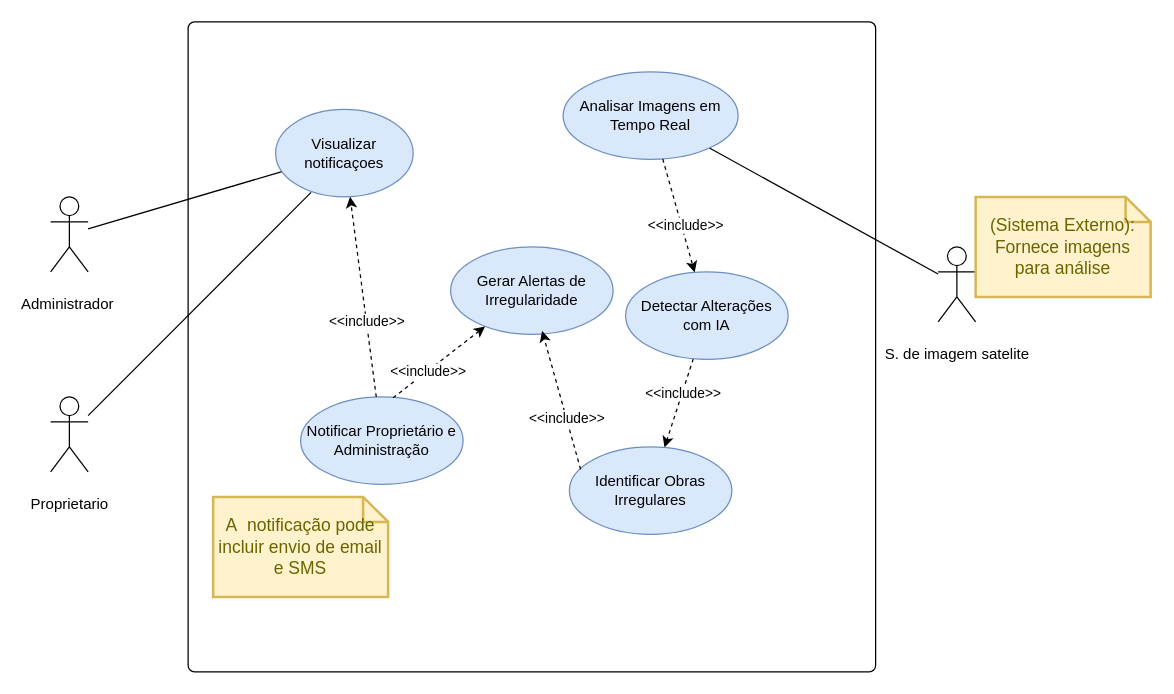
This is page "use-case-analisy-and-alerts" (2 of 3) of use-case-diagram.drawio from PatentTerrenos/diagrams, a draw.io file, before an edit. Source tidied: cells renumbered, new cells numbered last; positions are measured from the earlier drawing's top-left corner, leaving out a move shared by most shapes. Both pictures are drawn from the tidied source at 125%, with x=0, y=0 at pixel (50, 21).
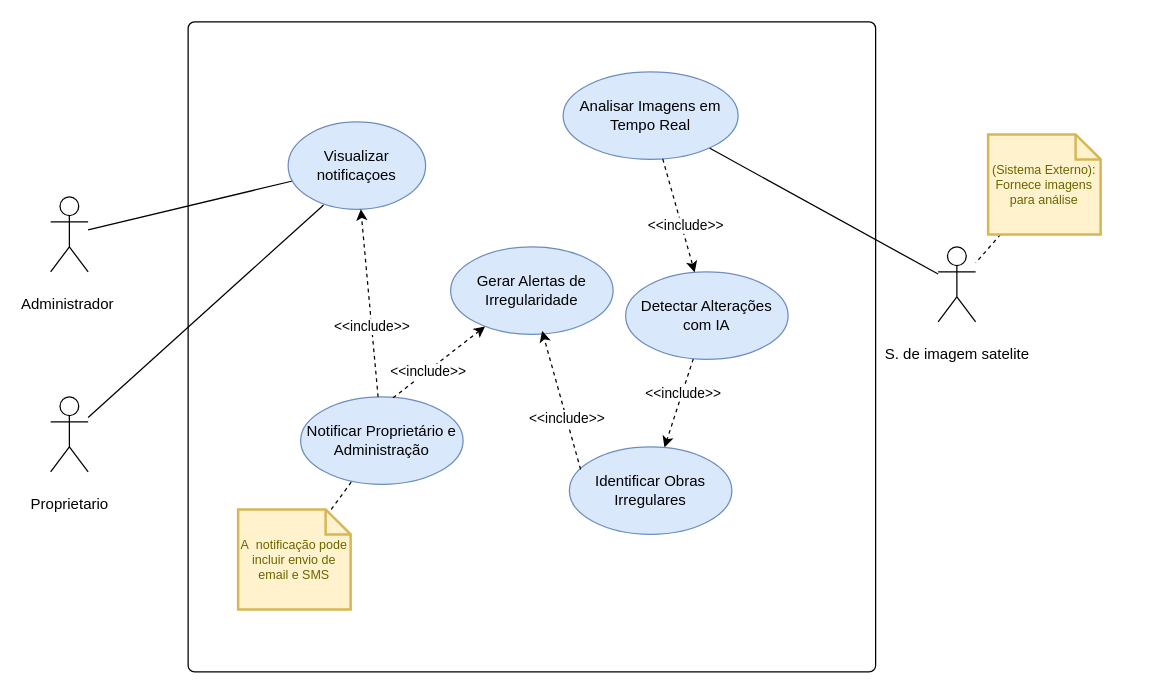
The same diagram, later.

The change refers to these unchanged cells:
```xml
<mxCell id="6" value="&lt;p data-pm-slice=&quot;1 1 [&amp;quot;bulletList&amp;quot;,{&amp;quot;tight&amp;quot;:true,&amp;quot;dir&amp;quot;:&amp;quot;ltr&amp;quot;},&amp;quot;listItem&amp;quot;,{},&amp;quot;bulletList&amp;quot;,{&amp;quot;tight&amp;quot;:true,&amp;quot;dir&amp;quot;:&amp;quot;ltr&amp;quot;},&amp;quot;listItem&amp;quot;,{}]&quot; dir=&quot;ltr&quot;&gt;S. de imagem satelite&lt;/p&gt;" style="shape=umlActor;verticalLabelPosition=bottom;verticalAlign=top;html=1;outlineConnect=0;" parent="1" vertex="1">
  <mxGeometry x="710" y="180" width="30" height="60" as="geometry" />
</mxCell>
<mxCell id="14" value="&lt;p dir=&quot;ltr&quot;&gt;Notificar Proprietário&amp;nbsp;&lt;span style=&quot;background-color: transparent; color: light-dark(rgb(0, 0, 0), rgb(255, 255, 255));&quot;&gt;e Administração&lt;/span&gt;&lt;/p&gt;" style="ellipse;whiteSpace=wrap;html=1;fillColor=#dae8fc;strokeColor=#6c8ebf;" parent="1" vertex="1">
  <mxGeometry x="200" y="300" width="130" height="70" as="geometry" />
</mxCell>
```

What changed in the source:
```diff
@@
+    <mxCell id="27" style="rounded=0;jettySize=auto;html=1;endArrow=none;startFill=0;dashed=1;" parent="1" edge="1" source="17" target="6">
+      <mxGeometry relative="1" as="geometry" />
+    </mxCell>
-    <mxCell id="17" value="&lt;p data-pm-slice=&quot;1 1 [&amp;quot;bulletList&amp;quot;,{&amp;quot;tight&amp;quot;:true,&amp;quot;dir&amp;quot;:&amp;quot;ltr&amp;quot;},&amp;quot;listItem&amp;quot;,{},&amp;quot;bulletList&amp;quot;,{&amp;quot;tight&amp;quot;:true,&amp;quot;dir&amp;quot;:&amp;quot;ltr&amp;quot;},&amp;quot;listItem&amp;quot;,{}]&quot; dir=&quot;ltr&quot;&gt;(Sistema Externo): Fornece imagens para análise&lt;/p&gt;" style="shape=note;strokeWidth=2;fontSize=14;size=20;whiteSpace=wrap;html=1;fillColor=#fff2cc;strokeColor=#d6b656;fontColor=#666600;" parent="1" vertex="1">
-      <mxGeometry x="740" y="140" width="140" height="80" as="geometry" />
+    <mxCell id="17" value="&lt;p data-pm-slice=&quot;1 1 [&amp;quot;bulletList&amp;quot;,{&amp;quot;tight&amp;quot;:true,&amp;quot;dir&amp;quot;:&amp;quot;ltr&amp;quot;},&amp;quot;listItem&amp;quot;,{},&amp;quot;bulletList&amp;quot;,{&amp;quot;tight&amp;quot;:true,&amp;quot;dir&amp;quot;:&amp;quot;ltr&amp;quot;},&amp;quot;listItem&amp;quot;,{}]&quot; dir=&quot;ltr&quot;&gt;(Sistema Externo): Fornece imagens para análise&lt;/p&gt;" style="shape=note;strokeWidth=2;fontSize=10;size=20;whiteSpace=wrap;html=1;fillColor=#fff2cc;strokeColor=#d6b656;fontColor=#666600;" parent="1" vertex="1">
+      <mxGeometry x="750" y="90" width="90" height="80" as="geometry" />
     </mxCell>
@@
     <mxCell id="22" value="&lt;p dir=&quot;ltr&quot;&gt;Visualizar notificaçoes&lt;/p&gt;" style="ellipse;whiteSpace=wrap;html=1;fillColor=#dae8fc;strokeColor=#6c8ebf;" parent="1" vertex="1">
-      <mxGeometry x="180" y="70" width="110" height="70" as="geometry" />
+      <mxGeometry x="190" y="80" width="110" height="70" as="geometry" />
     </mxCell>
@@
+    <mxCell id="28" style="rounded=0;jettySize=auto;html=1;endArrow=none;startFill=0;dashed=1;" parent="1" edge="1" source="26" target="14">
+      <mxGeometry relative="1" as="geometry" />
+    </mxCell>
-    <mxCell id="26" value="&lt;p data-pm-slice=&quot;1 1 [&amp;quot;bulletList&amp;quot;,{&amp;quot;tight&amp;quot;:true,&amp;quot;dir&amp;quot;:&amp;quot;ltr&amp;quot;},&amp;quot;listItem&amp;quot;,{},&amp;quot;bulletList&amp;quot;,{&amp;quot;tight&amp;quot;:true,&amp;quot;dir&amp;quot;:&amp;quot;ltr&amp;quot;},&amp;quot;listItem&amp;quot;,{}]&quot; dir=&quot;ltr&quot;&gt;A&amp;nbsp; notificação pode incluir envio de email e SMS&lt;/p&gt;" style="shape=note;strokeWidth=2;fontSize=14;size=20;whiteSpace=wrap;html=1;fillColor=#fff2cc;strokeColor=#d6b656;fontColor=#666600;" parent="1" vertex="1">
-      <mxGeometry x="130" y="380" width="140" height="80" as="geometry" />
+    <mxCell id="26" value="&lt;p data-pm-slice=&quot;1 1 [&amp;quot;bulletList&amp;quot;,{&amp;quot;tight&amp;quot;:true,&amp;quot;dir&amp;quot;:&amp;quot;ltr&amp;quot;},&amp;quot;listItem&amp;quot;,{},&amp;quot;bulletList&amp;quot;,{&amp;quot;tight&amp;quot;:true,&amp;quot;dir&amp;quot;:&amp;quot;ltr&amp;quot;},&amp;quot;listItem&amp;quot;,{}]&quot; dir=&quot;ltr&quot;&gt;A&amp;nbsp; notificação pode incluir envio de email e SMS&lt;/p&gt;" style="shape=note;strokeWidth=2;fontSize=10;size=20;whiteSpace=wrap;html=1;fillColor=#fff2cc;strokeColor=#d6b656;fontColor=#666600;" parent="1" vertex="1">
+      <mxGeometry x="150" y="390" width="90" height="80" as="geometry" />
     </mxCell>
```
